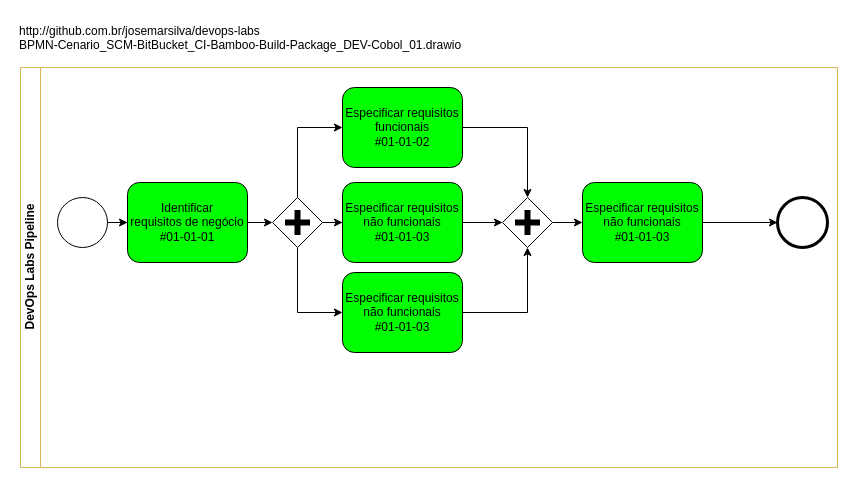
Above: doc/BPMN-Cenario_SCM-BitBucket_CI-Bamboo-Build-Package_DEV-Cobol_01-01.drawio in josemarsilva/devops-labs (draw.io), before the change. Source tidied: cells renumbered, new cells numbered last; positions are measured from the earlier drawing's top-left corner, leaving out a move shared by most shapes. Both pictures are drawn from the tidied source at 100%, with x=0, y=0 at pixel (17, 17).
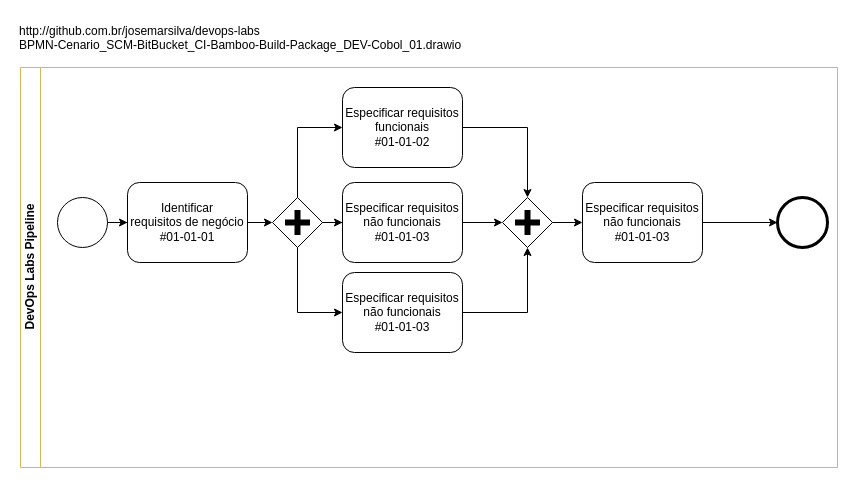
The same diagram, later.

The change refers to these unchanged cells:
```xml
<mxCell id="2" value="DevOps Labs Pipeline" style="swimlane;html=1;horizontal=0;startSize=20;fillColor=none;strokeColor=#d6b656;" parent="1" vertex="1">
  <mxGeometry x="3" y="50" width="817" height="400" as="geometry" />
</mxCell>
```

The edit, as a diff of the source:
```diff
@@
-    <mxCell id="13" value="Identificar &lt;br&gt;requisitos de negócio &lt;br&gt;#01-01-01" style="shape=ext;rounded=1;html=1;whiteSpace=wrap;fillColor=#00FF00;" parent="2" vertex="1">
+    <mxCell id="13" value="Identificar &lt;br&gt;requisitos de negócio &lt;br&gt;#01-01-01" style="shape=ext;rounded=1;html=1;whiteSpace=wrap;fillColor=none;" parent="2" vertex="1">
       <mxGeometry x="107" y="115" width="120" height="80" as="geometry" />
     </mxCell>
@@
-    <mxCell id="15" value="Especificar requisitos funcionais &lt;br&gt;#01-01-02" style="shape=ext;rounded=1;html=1;whiteSpace=wrap;fillColor=#00FF00;" parent="2" vertex="1">
+    <mxCell id="15" value="Especificar requisitos funcionais &lt;br&gt;#01-01-02" style="shape=ext;rounded=1;html=1;whiteSpace=wrap;fillColor=none;" parent="2" vertex="1">
       <mxGeometry x="322" y="20" width="120" height="80" as="geometry" />
     </mxCell>
@@
-    <mxCell id="17" value="Especificar requisitos não funcionais &lt;br&gt;#01-01-03" style="shape=ext;rounded=1;html=1;whiteSpace=wrap;fillColor=#00FF00;" parent="2" vertex="1">
+    <mxCell id="17" value="Especificar requisitos não funcionais &lt;br&gt;#01-01-03" style="shape=ext;rounded=1;html=1;whiteSpace=wrap;fillColor=none;" parent="2" vertex="1">
       <mxGeometry x="322" y="115" width="120" height="80" as="geometry" />
     </mxCell>
@@
-    <mxCell id="19" value="Especificar requisitos não funcionais &lt;br&gt;#01-01-03" style="shape=ext;rounded=1;html=1;whiteSpace=wrap;fillColor=#00FF00;" parent="2" vertex="1">
+    <mxCell id="19" value="Especificar requisitos não funcionais &lt;br&gt;#01-01-03" style="shape=ext;rounded=1;html=1;whiteSpace=wrap;fillColor=none;" parent="2" vertex="1">
       <mxGeometry x="322" y="205" width="120" height="80" as="geometry" />
     </mxCell>
@@
-    <mxCell id="27" value="Especificar requisitos não funcionais &lt;br&gt;#01-01-03" style="shape=ext;rounded=1;html=1;whiteSpace=wrap;fillColor=#00FF00;" parent="2" vertex="1">
+    <mxCell id="27" value="Especificar requisitos não funcionais &lt;br&gt;#01-01-03" style="shape=ext;rounded=1;html=1;whiteSpace=wrap;fillColor=none;" parent="2" vertex="1">
       <mxGeometry x="562" y="115" width="120" height="80" as="geometry" />
     </mxCell>
```
